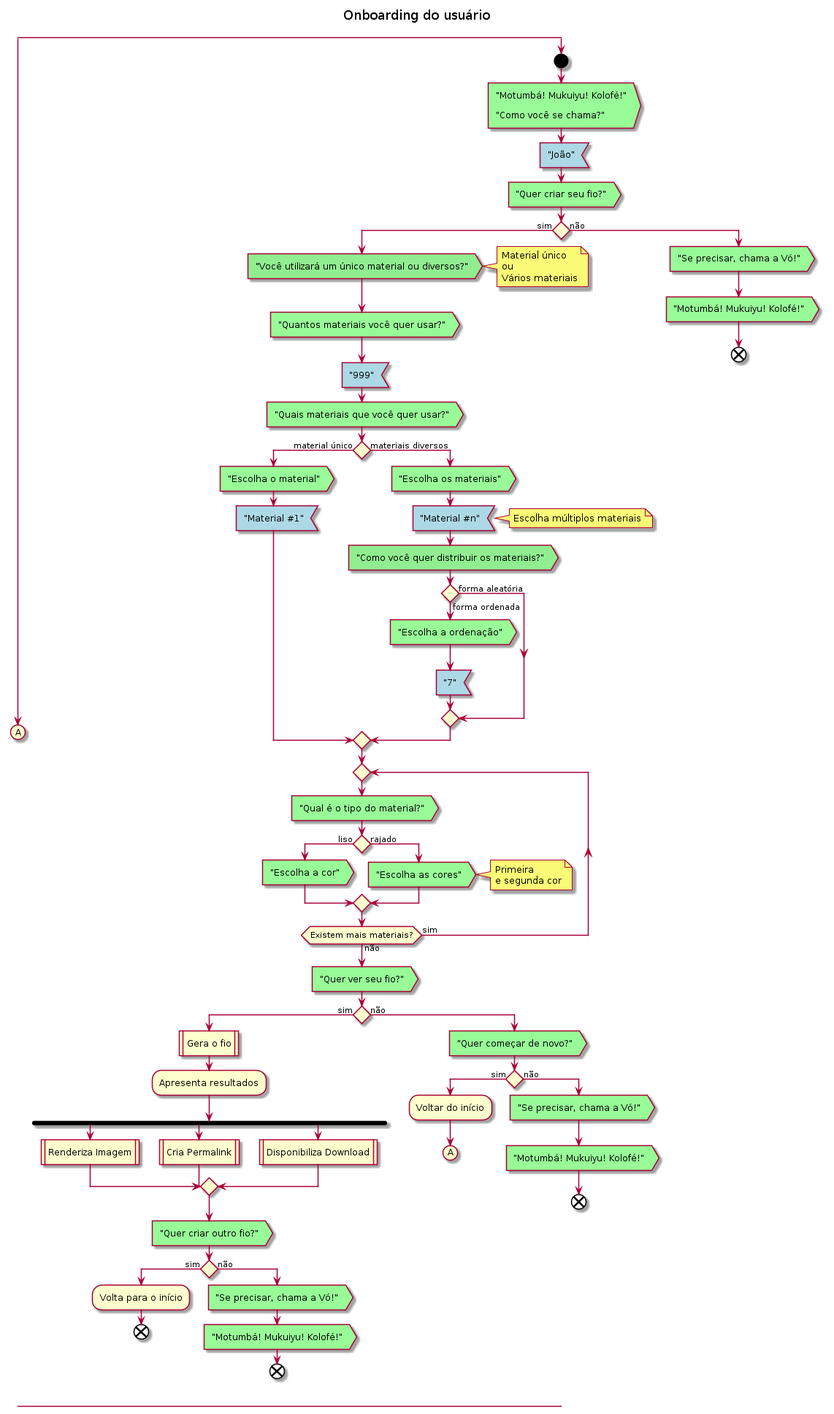
TecnoSigma/vo-maria keeps this PlantUML diagram as __docs__/onboarding.png. Above is the earlier version. The source it was exported from:
```plantuml
@startuml
title "Onboarding do usuário\n"

split
        (A)
        -[hidden]->
split again
        start
        #palegreen:"Motumbá! Mukuiyu! Kolofé!"\n\n"Como você se chama?">
        #lightblue:"João"<
        #palegreen:"Quer criar seu fio?">
        if () then (sim)
                #lightgreen:"Você utilizará um único material ou diversos?">
                note right
                        Material único
                        ou
                        Vários materiais
                end note

                #palegreen:"Quantos materiais você quer usar?">
                         #lightblue:"999"<
                 #palegreen:"Quais materiais que você quer usar?">
                 if() then (material único)
                         #palegreen:"Escolha o material">
                         #lightblue:"Material #1"<
                 else (materiais diversos)
                         #palegreen:"Escolha os materiais">
                         #lightblue:"Material #n"<
                         note right
                                 Escolha múltiplos materiais
                         end note
                         #lightgreen:"Como você quer distribuir os materiais?">
                         if () then (forma ordenada)
                                 #palegreen:"Escolha a ordenação">
                                 #lightblue:"7"<
                         else (forma aleatória)
                         endif
                 endif
                 repeat
                 #palegreen:"Qual é o tipo do material?">
                 if () then (liso)
                         #palegreen:"Escolha a cor">
                 else (rajado)
                         #palegreen:"Escolha as cores">
                         note right
                                 Primeira
                                 e segunda cor
                         end note
                 endif
                 repeat while (Existem mais materiais?) is (sim) not (não)
                 #palegreen:"Quer ver seu fio?">
                 if () then (sim)
                         :Gera o fio|
                         :Apresenta resultados;
                         fork
                                 :Renderiza Imagem|
                         fork again
                                 :Cria Permalink|
                         fork again
                                 :Disponibiliza Download|
                         end merge
                         #palegreen:"Quer criar outro fio?">
                         if () then (sim)
                                 :Volta para o início;
                                 end
                         else (não)
                                 #palegreen:"Se precisar, chama a Vó!">
                                 #palegreen:"Motumbá! Mukuiyu! Kolofé!">
                                 end
                         endif
                 else (não)
                         #palegreen:"Quer começar de novo?">
                         if () then (sim)
                                 :Voltar do início;
                                 (A)
                                 -[hidden]->
                         else (não)
                                 #palegreen:"Se precisar, chama a Vó!">
                                 #palegreen:"Motumbá! Mukuiyu! Kolofé!">
                                 end
                         endif
                 endif
        else (não)
                #palegreen:"Se precisar, chama a Vó!">
                #palegreen:"Motumbá! Mukuiyu! Kolofé!">
                end
        endif
end split
@enduml
```
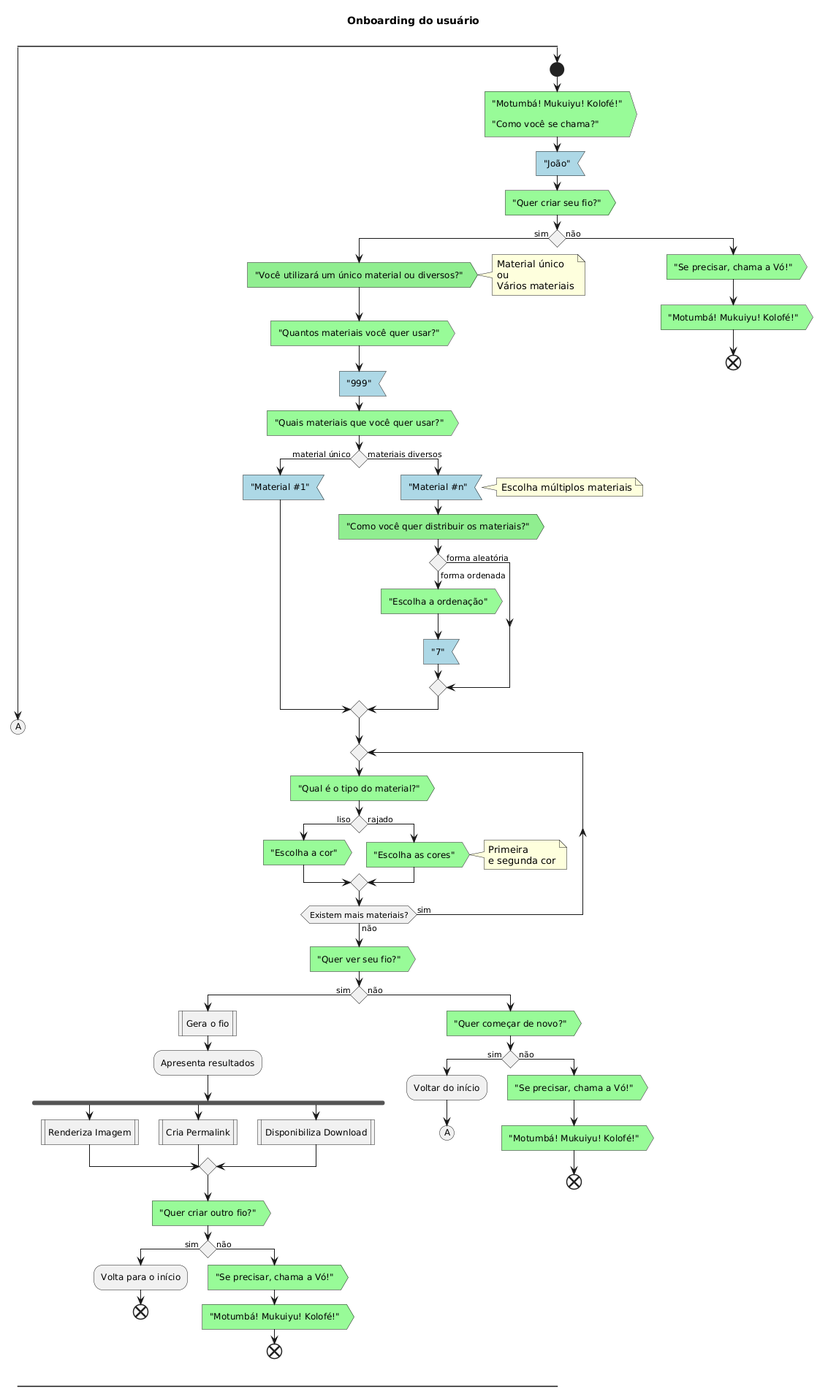
Later version of the same file.

What changed in the source:
```diff
@@ -21,10 +21,8 @@
                          #lightblue:"999"<
                  #palegreen:"Quais materiais que você quer usar?">
                  if() then (material único)
-                         #palegreen:"Escolha o material">
                          #lightblue:"Material #1"<
                  else (materiais diversos)
-                         #palegreen:"Escolha os materiais">
                          #lightblue:"Material #n"<
                          note right
                                  Escolha múltiplos materiais
```
